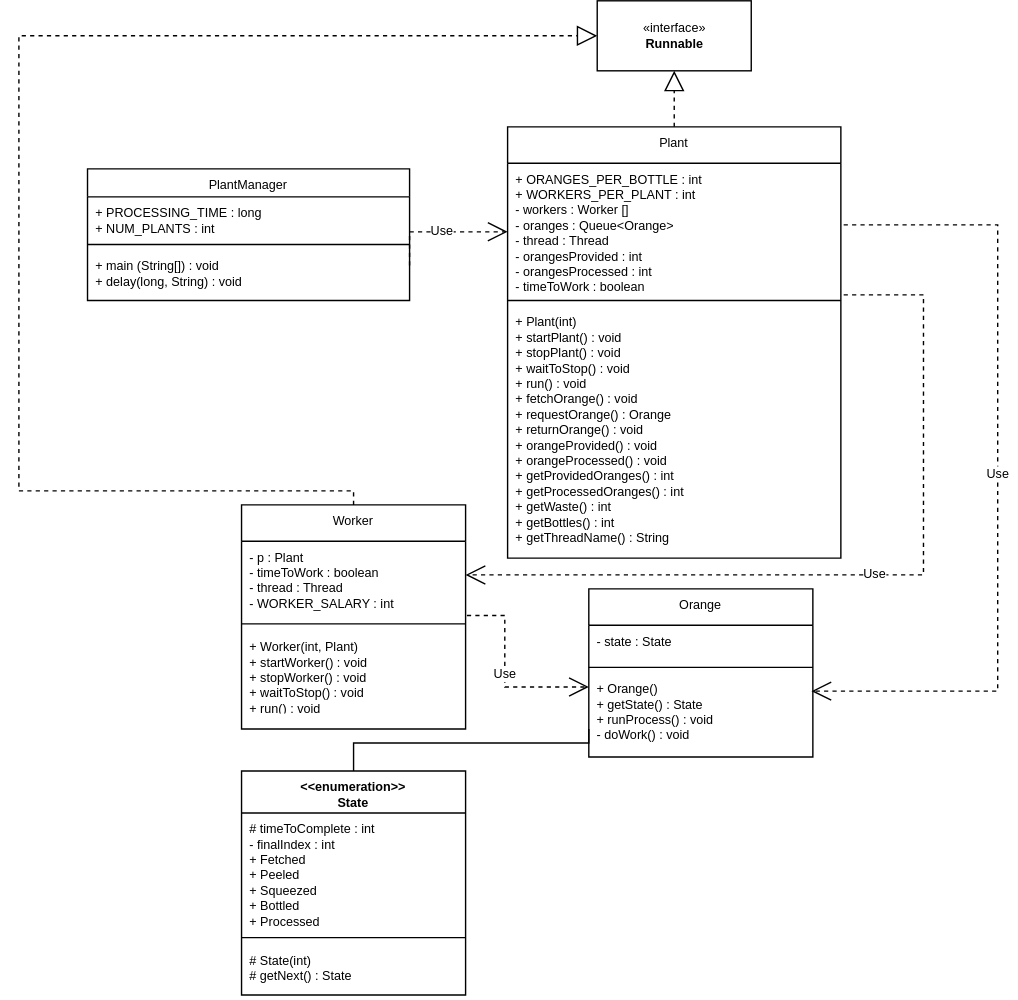
Before: Grosse_JuiceBottlerLab/UML_ClassDiagram.drawio.svg, a diagram exported from draw.io (jgrosse01/jgrosse-cs410). Source tidied: cells renumbered, new cells last; positions are measured from the earlier drawing's top-left corner, leaving out a move shared by most shapes.
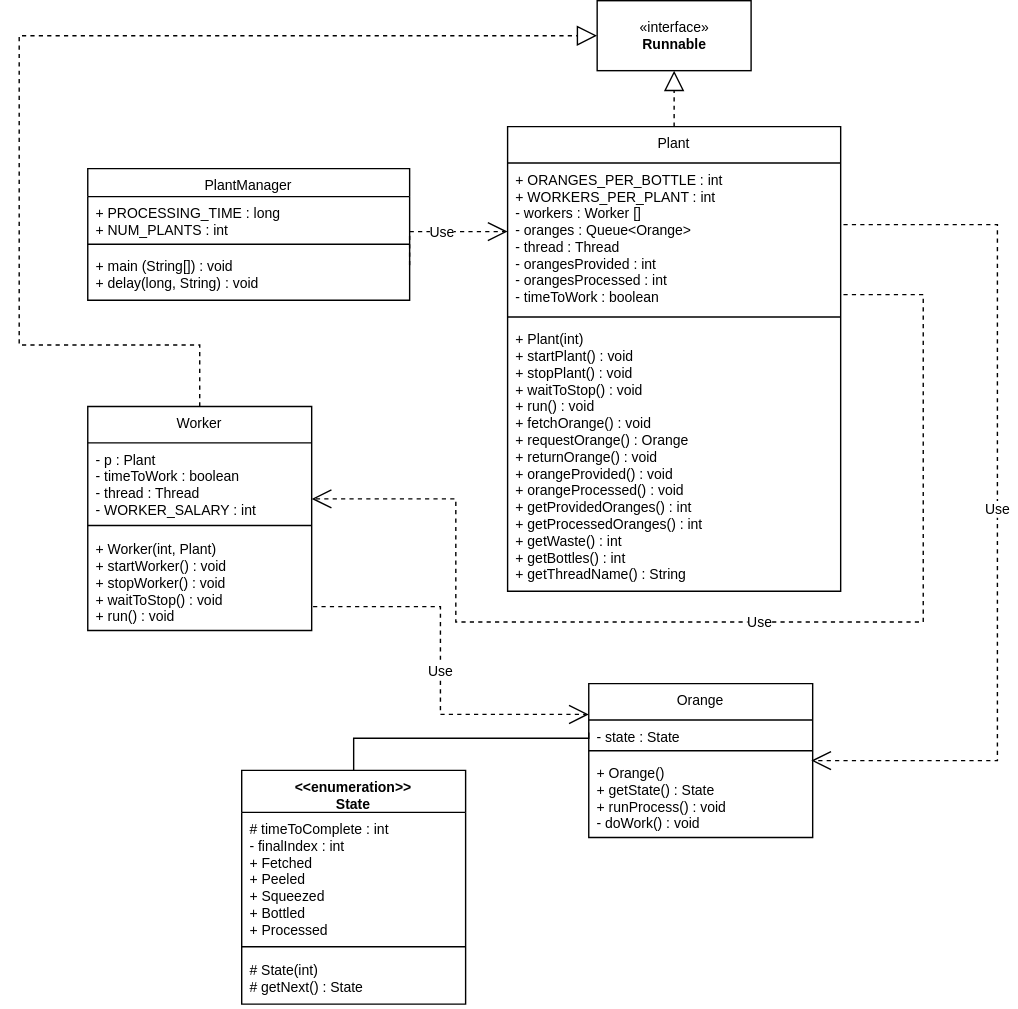
After the commit.

Diff of the diagram source:
```diff
@@ -2,62 +2,66 @@
   <root>
     <mxCell id="0" />
     <mxCell id="1" parent="0" />
-    <mxCell id="2" value="PlantManager" style="swimlane;fontStyle=0;align=center;verticalAlign=top;horizontal=1;startSize=20;rounded=0;shadow=0;strokeWidth=1;fontSize=9;" parent="1" vertex="1">
+    <mxCell id="2" value="PlantManager" style="swimlane;fontStyle=0;align=center;verticalAlign=top;horizontal=1;startSize=20;rounded=0;shadow=0;strokeWidth=1;fontSize=10;" parent="1" vertex="1">
       <mxGeometry x="49" y="120" width="230" height="94" as="geometry" />
     </mxCell>
-    <mxCell id="3" value="+ PROCESSING_TIME : long&#10;+ NUM_PLANTS : int&#10;" style="text;align=left;verticalAlign=top;spacingLeft=4;spacingRight=4;overflow=hidden;fontSize=9;" parent="2" vertex="1">
+    <mxCell id="3" value="+ PROCESSING_TIME : long&#10;+ NUM_PLANTS : int&#10;" style="text;align=left;verticalAlign=top;spacingLeft=4;spacingRight=4;overflow=hidden;fontSize=10;" parent="2" vertex="1">
       <mxGeometry y="20" width="230" height="30" as="geometry" />
     </mxCell>
-    <mxCell id="4" style="line;html=1;strokeWidth=1;align=left;verticalAlign=middle;spacingTop=-1;spacingLeft=3;spacingRight=3;labelPosition=right;fontSize=9;" parent="2" vertex="1">
+    <mxCell id="4" style="line;html=1;strokeWidth=1;align=left;verticalAlign=middle;spacingTop=-1;spacingLeft=3;spacingRight=3;labelPosition=right;fontSize=10;" parent="2" vertex="1">
       <mxGeometry y="50" width="230" height="8" as="geometry" />
     </mxCell>
-    <mxCell id="5" value="+ main (String[]) : void&#10;+ delay(long, String) : void&#10;" style="text;align=left;verticalAlign=top;spacingLeft=4;spacingRight=4;overflow=hidden;fontSize=9;" parent="2" vertex="1">
+    <mxCell id="5" value="+ main (String[]) : void&#10;+ delay(long, String) : void&#10;" style="text;align=left;verticalAlign=top;spacingLeft=4;spacingRight=4;overflow=hidden;fontSize=10;" parent="2" vertex="1">
       <mxGeometry y="58" width="230" height="32" as="geometry" />
     </mxCell>
-    <mxCell id="6" value="Orange" style="swimlane;fontStyle=0;align=center;verticalAlign=top;horizontal=1;startSize=26;rounded=0;shadow=0;strokeWidth=1;fontSize=9;" parent="1" vertex="1">
-      <mxGeometry x="407" y="420" width="160" height="120" as="geometry" />
+    <mxCell id="6" value="Orange" style="swimlane;fontStyle=0;align=center;verticalAlign=top;horizontal=1;startSize=26;rounded=0;shadow=0;strokeWidth=1;fontSize=10;" parent="1" vertex="1">
+      <mxGeometry x="407" y="488" width="160" height="110" as="geometry" />
     </mxCell>
-    <mxCell id="7" value="- state : State" style="text;align=left;verticalAlign=top;spacingLeft=4;spacingRight=4;overflow=hidden;points=[[0,0.5],[1,0.5]];portConstraint=eastwest;fontSize=9;" parent="6" vertex="1">
-      <mxGeometry y="26" width="160" height="26" as="geometry" />
+    <mxCell id="7" value="- state : State" style="text;align=left;verticalAlign=top;spacingLeft=4;spacingRight=4;overflow=hidden;points=[[0,0.5],[1,0.5]];portConstraint=eastwest;fontSize=10;" parent="6" vertex="1">
+      <mxGeometry y="26" width="160" height="18" as="geometry" />
     </mxCell>
-    <mxCell id="8" style="line;html=1;strokeWidth=1;align=left;verticalAlign=middle;spacingTop=-1;spacingLeft=3;spacingRight=3;labelPosition=right;fontSize=9;" parent="6" vertex="1">
-      <mxGeometry y="52" width="160" height="8" as="geometry" />
+    <mxCell id="8" style="line;html=1;strokeWidth=1;align=left;verticalAlign=middle;spacingTop=-1;spacingLeft=3;spacingRight=3;labelPosition=right;fontSize=10;" parent="6" vertex="1">
+      <mxGeometry y="44" width="160" height="8" as="geometry" />
     </mxCell>
-    <mxCell id="9" value="+ Orange()&#10;+ getState() : State&#10;+ runProcess() : void&#10;- doWork() : void&#10;" style="text;align=left;verticalAlign=top;spacingLeft=4;spacingRight=4;overflow=hidden;fontSize=9;" parent="6" vertex="1">
-      <mxGeometry y="60" width="160" height="50" as="geometry" />
+    <mxCell id="9" value="+ Orange()&#10;+ getState() : State&#10;+ runProcess() : void&#10;- doWork() : void&#10;" style="text;align=left;verticalAlign=top;spacingLeft=4;spacingRight=4;overflow=hidden;fontSize=10;" parent="6" vertex="1">
+      <mxGeometry y="52" width="160" height="50" as="geometry" />
     </mxCell>
-    <mxCell id="10" value="Worker" style="swimlane;fontStyle=0;align=center;verticalAlign=top;horizontal=1;startSize=26;rounded=0;shadow=0;strokeWidth=1;fontSize=9;" parent="1" vertex="1">
-      <mxGeometry x="159" y="360" width="160" height="160" as="geometry" />
+    <mxCell id="10" value="Worker" style="swimlane;fontStyle=0;align=center;verticalAlign=top;horizontal=1;startSize=26;rounded=0;shadow=0;strokeWidth=1;fontSize=10;" parent="1" vertex="1">
+      <mxGeometry x="49" y="290" width="160" height="160" as="geometry" />
     </mxCell>
-    <mxCell id="11" value="- p : Plant&#10;- timeToWork : boolean&#10;- thread : Thread&#10;- WORKER_SALARY : int &#10;" style="text;align=left;verticalAlign=top;spacingLeft=4;spacingRight=4;overflow=hidden;points=[[0,0.5],[1,0.5]];portConstraint=eastwest;fontSize=9;" parent="10" vertex="1">
+    <mxCell id="11" value="- p : Plant&#10;- timeToWork : boolean&#10;- thread : Thread&#10;- WORKER_SALARY : int &#10;" style="text;align=left;verticalAlign=top;spacingLeft=4;spacingRight=4;overflow=hidden;points=[[0,0.5],[1,0.5]];portConstraint=eastwest;fontSize=10;" parent="10" vertex="1">
       <mxGeometry y="26" width="160" height="54" as="geometry" />
     </mxCell>
-    <mxCell id="12" style="line;html=1;strokeWidth=1;align=left;verticalAlign=middle;spacingTop=-1;spacingLeft=3;spacingRight=3;labelPosition=right;fontSize=9;" parent="10" vertex="1">
+    <mxCell id="12" style="line;html=1;strokeWidth=1;align=left;verticalAlign=middle;spacingTop=-1;spacingLeft=3;spacingRight=3;labelPosition=right;fontSize=10;" parent="10" vertex="1">
       <mxGeometry y="80" width="160" height="10" as="geometry" />
     </mxCell>
+    <mxCell id="25" value="+ Worker(int, Plant)&#10;+ startWorker() : void&#10;+ stopWorker() : void&#10;+ waitToStop() : void&#10;+ run() : void&#10;" style="text;align=left;verticalAlign=top;spacingLeft=4;spacingRight=4;overflow=hidden;fontSize=10;" parent="10" vertex="1">
+      <mxGeometry y="90" width="160" height="64" as="geometry" />
+    </mxCell>
-    <mxCell id="13" value="Plant" style="swimlane;fontStyle=0;align=center;verticalAlign=top;horizontal=1;startSize=26;rounded=0;shadow=0;strokeWidth=1;fontSize=9;" parent="1" vertex="1">
-      <mxGeometry x="349" y="90" width="238" height="308" as="geometry" />
+    <mxCell id="13" value="Plant" style="swimlane;fontStyle=0;align=center;verticalAlign=top;horizontal=1;startSize=26;rounded=0;shadow=0;strokeWidth=1;fontSize=10;" parent="1" vertex="1">
+      <mxGeometry x="349" y="90" width="238" height="332" as="geometry" />
     </mxCell>
-    <mxCell id="14" value="+ ORANGES_PER_BOTTLE : int&#10;+ WORKERS_PER_PLANT : int&#10;- workers : Worker []&#10;- oranges : Queue&lt;Orange&gt;&#10;- thread : Thread&#10;- orangesProvided : int&#10;- orangesProcessed : int&#10;- timeToWork : boolean&#10;" style="text;align=left;verticalAlign=top;spacingLeft=4;spacingRight=4;overflow=hidden;fontSize=9;" parent="13" vertex="1">
-      <mxGeometry y="26" width="238" height="94" as="geometry" />
+    <mxCell id="14" value="+ ORANGES_PER_BOTTLE : int&#10;+ WORKERS_PER_PLANT : int&#10;- workers : Worker []&#10;- oranges : Queue&lt;Orange&gt;&#10;- thread : Thread&#10;- orangesProvided : int&#10;- orangesProcessed : int&#10;- timeToWork : boolean&#10;" style="text;align=left;verticalAlign=top;spacingLeft=4;spacingRight=4;overflow=hidden;fontSize=10;" parent="13" vertex="1">
+      <mxGeometry y="26" width="238" height="106" as="geometry" />
     </mxCell>
-    <mxCell id="15" style="line;html=1;strokeWidth=1;align=left;verticalAlign=middle;spacingTop=-1;spacingLeft=3;spacingRight=3;labelPosition=right;fontSize=9;" parent="13" vertex="1">
-      <mxGeometry y="120" width="238" height="8" as="geometry" />
+    <mxCell id="15" style="line;html=1;strokeWidth=1;align=left;verticalAlign=middle;spacingTop=-1;spacingLeft=3;spacingRight=3;labelPosition=right;fontSize=10;" parent="13" vertex="1">
+      <mxGeometry y="132" width="238" height="8" as="geometry" />
     </mxCell>
-    <mxCell id="16" value="+ Plant(int)&#10;+ startPlant() : void&#10;+ stopPlant() : void&#10;+ waitToStop() : void&#10;+ run() : void&#10;+ fetchOrange() : void&#10;+ requestOrange() : Orange&#10;+ returnOrange() : void&#10;+ orangeProvided() : void&#10;+ orangeProcessed() : void&#10;+ getProvidedOranges() : int&#10;+ getProcessedOranges() : int&#10;+ getWaste() : int&#10;+ getBottles() : int&#10;+ getThreadName() : String&#10;" style="text;align=left;verticalAlign=top;spacingLeft=4;spacingRight=4;overflow=hidden;fontSize=9;" parent="13" vertex="1">
-      <mxGeometry y="128" width="238" height="180" as="geometry" />
+    <mxCell id="16" value="+ Plant(int)&#10;+ startPlant() : void&#10;+ stopPlant() : void&#10;+ waitToStop() : void&#10;+ run() : void&#10;+ fetchOrange() : void&#10;+ requestOrange() : Orange&#10;+ returnOrange() : void&#10;+ orangeProvided() : void&#10;+ orangeProcessed() : void&#10;+ getProvidedOranges() : int&#10;+ getProcessedOranges() : int&#10;+ getWaste() : int&#10;+ getBottles() : int&#10;+ getThreadName() : String&#10;" style="text;align=left;verticalAlign=top;spacingLeft=4;spacingRight=4;overflow=hidden;fontSize=10;" parent="13" vertex="1">
+      <mxGeometry y="140" width="238" height="191" as="geometry" />
     </mxCell>
-    <mxCell id="17" value="Use" style="endArrow=open;endSize=12;dashed=1;html=1;rounded=0;edgeStyle=orthogonalEdgeStyle;fontSize=9;" parent="1" edge="1">
+    <mxCell id="17" value="Use" style="endArrow=open;endSize=12;dashed=1;html=1;rounded=0;edgeStyle=orthogonalEdgeStyle;fontSize=10;" parent="1" edge="1" target="11">
       <mxGeometry relative="1" as="geometry">
         <mxPoint x="589" y="210" as="sourcePoint" />
-        <mxPoint x="319" y="410" as="targetPoint" />
         <Array as="points">
           <mxPoint x="646" y="210" />
-          <mxPoint x="646" y="410" />
+          <mxPoint x="646" y="444" />
+          <mxPoint x="312" y="444" />
+          <mxPoint x="312" y="356" />
         </Array>
       </mxGeometry>
     </mxCell>
-    <mxCell id="18" value="Use" style="endArrow=open;endSize=12;dashed=1;html=1;rounded=0;edgeStyle=orthogonalEdgeStyle;fontSize=9;" parent="1" edge="1">
+    <mxCell id="18" value="Use" style="endArrow=open;endSize=12;dashed=1;html=1;rounded=0;edgeStyle=orthogonalEdgeStyle;fontSize=10;" parent="1" edge="1">
       <mxGeometry relative="1" as="geometry">
         <mxPoint x="279" y="189" as="sourcePoint" />
         <mxPoint x="349" y="165" as="targetPoint" />
@@ -66,65 +70,61 @@
         </Array>
       </mxGeometry>
     </mxCell>
-    <mxCell id="19" value="Use" style="endArrow=open;endSize=12;dashed=1;html=1;rounded=0;edgeStyle=orthogonalEdgeStyle;fontSize=9;" parent="1" edge="1">
+    <mxCell id="19" value="Use" style="endArrow=open;endSize=12;dashed=1;html=1;rounded=0;edgeStyle=orthogonalEdgeStyle;fontSize=10;" parent="1" edge="1">
       <mxGeometry relative="1" as="geometry">
         <mxPoint x="589" y="160" as="sourcePoint" />
-        <mxPoint x="566" y="493" as="targetPoint" />
+        <mxPoint x="566" y="543" as="targetPoint" />
         <Array as="points">
-          <mxPoint x="589" y="160" />
           <mxPoint x="699" y="160" />
-          <mxPoint x="699" y="493" />
+          <mxPoint x="699" y="543" />
+          <mxPoint x="566" y="543" />
         </Array>
       </mxGeometry>
     </mxCell>
-    <mxCell id="20" value="Use" style="endArrow=open;endSize=12;dashed=1;html=1;rounded=0;edgeStyle=orthogonalEdgeStyle;fontSize=9;exitX=1.006;exitY=0.981;exitDx=0;exitDy=0;exitPerimeter=0;" parent="1" edge="1" source="11">
+    <mxCell id="20" value="Use" style="endArrow=open;endSize=12;dashed=1;html=1;rounded=0;edgeStyle=orthogonalEdgeStyle;fontSize=10;" parent="1" edge="1">
       <mxGeometry relative="1" as="geometry">
-        <mxPoint x="407" y="490" as="targetPoint" />
+        <mxPoint x="210" y="433" as="sourcePoint" />
+        <mxPoint x="407" y="510" as="targetPoint" />
         <Array as="points">
-          <mxPoint x="347" y="439" />
-          <mxPoint x="347" y="490" />
+          <mxPoint x="301" y="433" />
+          <mxPoint x="301" y="510" />
+          <mxPoint x="407" y="510" />
         </Array>
       </mxGeometry>
     </mxCell>
-    <mxCell id="21" style="endArrow=none;html=1;edgeStyle=orthogonalEdgeStyle;rounded=0;fontSize=9;" parent="1" edge="1">
+    <mxCell id="21" style="endArrow=none;html=1;edgeStyle=orthogonalEdgeStyle;rounded=0;fontSize=10;entryX=0;entryY=0.5;entryDx=0;entryDy=0;exitX=0.5;exitY=0;exitDx=0;exitDy=0;" parent="1" edge="1" source="26" target="7">
       <mxGeometry relative="1" as="geometry">
-        <mxPoint x="239" y="550" as="sourcePoint" />
-        <mxPoint x="407" y="520" as="targetPoint" />
         <Array as="points">
-          <mxPoint x="239" y="530" />
-          <mxPoint x="407" y="530" />
+          <mxPoint x="239" y="527" />
         </Array>
       </mxGeometry>
     </mxCell>
-    <mxCell id="22" value="«interface»&lt;br style=&quot;font-size: 9px;&quot;&gt;&lt;b style=&quot;font-size: 9px;&quot;&gt;Runnable&lt;/b&gt;" style="html=1;fontSize=9;" parent="1" vertex="1">
+    <mxCell id="22" value="«interface»&lt;br style=&quot;font-size: 10px;&quot;&gt;&lt;b style=&quot;font-size: 10px;&quot;&gt;Runnable&lt;/b&gt;" style="html=1;fontSize=10;" parent="1" vertex="1">
       <mxGeometry x="413" width="110" height="50" as="geometry" />
     </mxCell>
-    <mxCell id="23" style="endArrow=block;dashed=1;endFill=0;endSize=12;html=1;rounded=0;edgeStyle=orthogonalEdgeStyle;exitX=0.5;exitY=0;exitDx=0;exitDy=0;entryX=0.5;entryY=1;entryDx=0;entryDy=0;fontSize=9;" parent="1" edge="1" source="13" target="22">
+    <mxCell id="23" style="endArrow=block;dashed=1;endFill=0;endSize=12;html=1;rounded=0;edgeStyle=orthogonalEdgeStyle;exitX=0.5;exitY=0;exitDx=0;exitDy=0;entryX=0.5;entryY=1;entryDx=0;entryDy=0;fontSize=10;" parent="1" edge="1" source="13" target="22">
       <mxGeometry relative="1" as="geometry" />
     </mxCell>
-    <mxCell id="24" style="endArrow=block;dashed=1;endFill=0;endSize=12;html=1;rounded=0;edgeStyle=orthogonalEdgeStyle;exitX=0.5;exitY=0;exitDx=0;exitDy=0;fontSize=9;entryX=0;entryY=0.5;entryDx=0;entryDy=0;" parent="1" edge="1" source="10" target="22">
+    <mxCell id="24" style="endArrow=block;dashed=1;endFill=0;endSize=12;html=1;rounded=0;edgeStyle=orthogonalEdgeStyle;exitX=0.5;exitY=0;exitDx=0;exitDy=0;fontSize=10;entryX=0;entryY=0.5;entryDx=0;entryDy=0;" parent="1" edge="1" source="10" target="22">
       <mxGeometry relative="1" as="geometry">
         <Array as="points">
-          <mxPoint x="239" y="350" />
-          <mxPoint y="350" />
+          <mxPoint x="129" y="246" />
+          <mxPoint y="246" />
           <mxPoint y="25" />
         </Array>
       </mxGeometry>
     </mxCell>
-    <mxCell id="25" value="+ Worker(int, Plant)&#10;+ startWorker() : void&#10;+ stopWorker() : void&#10;+ waitToStop() : void&#10;+ run() : void&#10;" style="text;align=left;verticalAlign=top;spacingLeft=4;spacingRight=4;overflow=hidden;fontSize=9;" parent="1" vertex="1">
-      <mxGeometry x="159" y="450" width="160" height="54" as="geometry" />
-    </mxCell>
-    <mxCell id="26" value="&lt;&lt;enumeration&gt;&gt;&#10;State&#10;" style="swimlane;fontStyle=1;align=center;verticalAlign=top;horizontal=1;startSize=30;fontSize=9;" parent="1" vertex="1">
-      <mxGeometry x="159" y="550" width="160" height="160" as="geometry" />
+    <mxCell id="26" value="&lt;&lt;enumeration&gt;&gt;&#10;State&#10;" style="swimlane;fontStyle=1;align=center;verticalAlign=top;horizontal=1;startSize=30;fontSize=10;" parent="1" vertex="1">
+      <mxGeometry x="159" y="550" width="160" height="167" as="geometry" />
     </mxCell>
-    <mxCell id="27" value="# timeToComplete : int&#10;- finalIndex : int&#10;+ Fetched&#10;+ Peeled&#10;+ Squeezed&#10;+ Bottled&#10;+ Processed&#10;&#10;&#10;&#10;" style="text;strokeColor=none;fillColor=none;align=left;verticalAlign=top;spacingLeft=4;spacingRight=4;overflow=hidden;fontSize=9;" parent="26" vertex="1">
-      <mxGeometry y="30" width="160" height="84" as="geometry" />
+    <mxCell id="27" value="# timeToComplete : int&#10;- finalIndex : int&#10;+ Fetched&#10;+ Peeled&#10;+ Squeezed&#10;+ Bottled&#10;+ Processed&#10;&#10;&#10;&#10;" style="text;strokeColor=none;fillColor=none;align=left;verticalAlign=top;spacingLeft=4;spacingRight=4;overflow=hidden;fontSize=10;" parent="26" vertex="1">
+      <mxGeometry y="30" width="160" height="91" as="geometry" />
     </mxCell>
-    <mxCell id="28" style="line;strokeWidth=1;fillColor=none;align=left;verticalAlign=middle;spacingTop=-1;spacingLeft=3;spacingRight=3;labelPosition=right;fontSize=9;" parent="26" vertex="1">
-      <mxGeometry y="114" width="160" height="10" as="geometry" />
+    <mxCell id="28" style="line;strokeWidth=1;fillColor=none;align=left;verticalAlign=middle;spacingTop=-1;spacingLeft=3;spacingRight=3;labelPosition=right;fontSize=10;" parent="26" vertex="1">
+      <mxGeometry y="121" width="160" height="10" as="geometry" />
     </mxCell>
-    <mxCell id="29" value="# State(int)&#10;# getNext() : State&#10;" style="text;strokeColor=none;fillColor=none;align=left;verticalAlign=top;spacingLeft=4;spacingRight=4;overflow=hidden;fontSize=9;" parent="26" vertex="1">
-      <mxGeometry y="124" width="160" height="36" as="geometry" />
+    <mxCell id="29" value="# State(int)&#10;# getNext() : State&#10;" style="text;strokeColor=none;fillColor=none;align=left;verticalAlign=top;spacingLeft=4;spacingRight=4;overflow=hidden;fontSize=10;" parent="26" vertex="1">
+      <mxGeometry y="131" width="160" height="36" as="geometry" />
     </mxCell>
   </root>
 </mxGraphModel>
```
